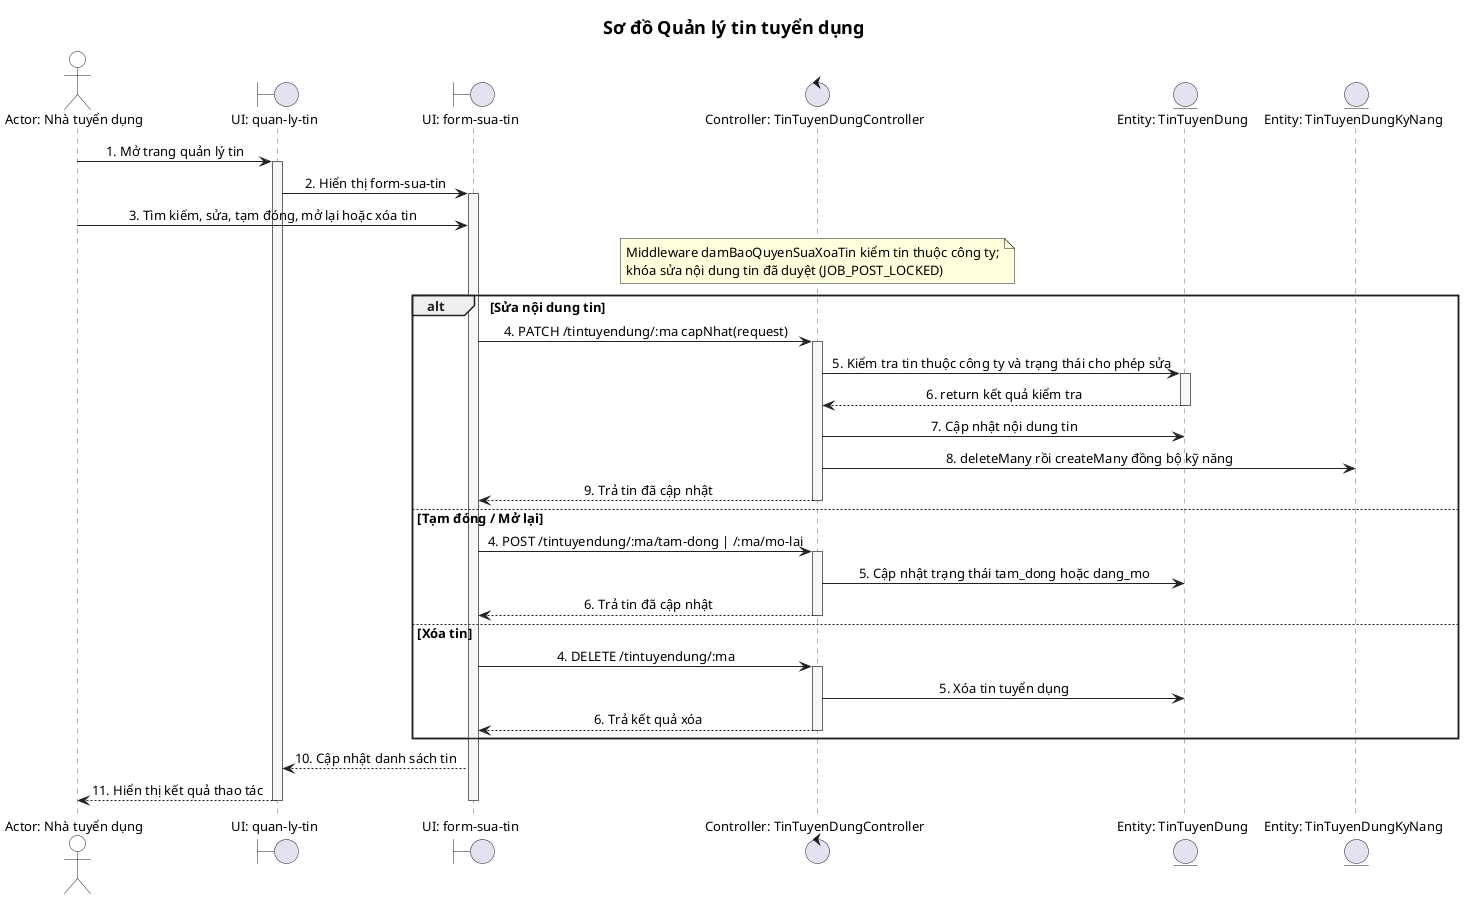
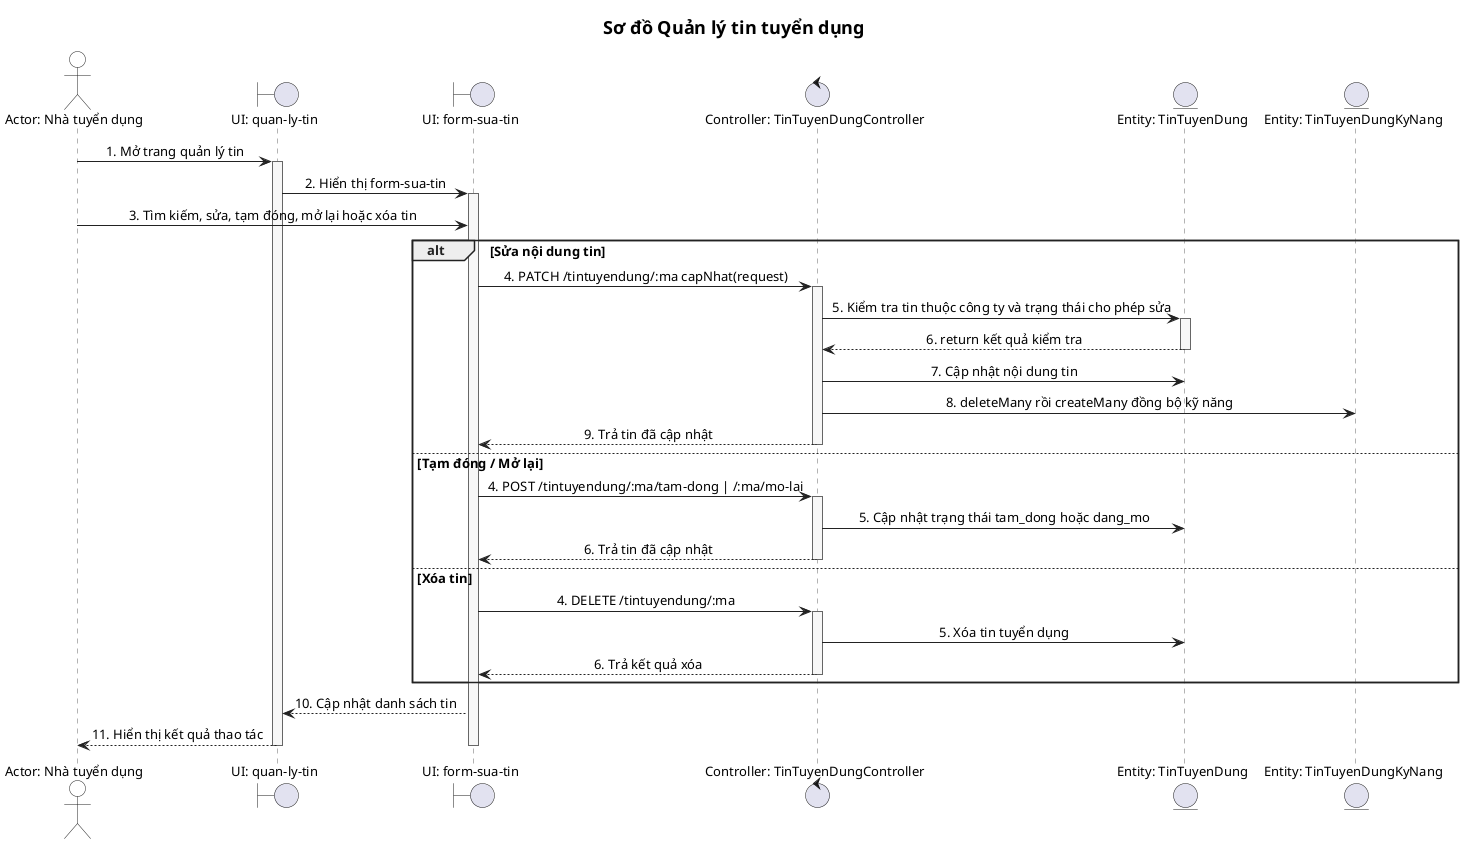
@startuml
skinparam defaultFontName "Segoe UI"
skinparam titleFontName "Segoe UI"
skinparam defaultFontSize 13
skinparam titleFontSize 18
skinparam shadowing false
skinparam linetype ortho
skinparam sequenceMessageAlign center
skinparam sequence {
  ArrowColor #222222
  LifeLineBorderColor #666666
  LifeLineBackgroundColor #F7F7F7
  ParticipantBorderColor #222222
  ParticipantBackgroundColor White
  ActorBorderColor #222222
  ActorBackgroundColor White
  BoxBorderColor #888888
  GroupBorderColor #222222
  GroupHeaderFontColor #222222
}
title Sơ đồ Quản lý tin tuyển dụng

actor "Actor: Nhà tuyển dụng" as Actor
boundary "UI: quan-ly-tin" as UI
boundary "UI: form-sua-tin" as Form
control "Controller: TinTuyenDungController" as Controller
entity "Entity: TinTuyenDung" as MainEntity
entity "Entity: TinTuyenDungKyNang" as TinTuyenDungKyNang

Actor -> UI : 1. Mở trang quản lý tin
activate UI
UI -> Form : 2. Hiển thị form-sua-tin
activate Form
Actor -> Form : 3. Tìm kiếm, sửa, tạm đóng, mở lại hoặc xóa tin
- note over Controller : Middleware damBaoQuyenSuaXoaTin kiểm tin thuộc công ty;\nkhóa sửa nội dung tin đã duyệt (JOB_POST_LOCKED)

alt Sửa nội dung tin
  Form -> Controller : 4. PATCH /tintuyendung/:ma capNhat(request)
  activate Controller
  Controller -> MainEntity : 5. Kiểm tra tin thuộc công ty và trạng thái cho phép sửa
  activate MainEntity
  MainEntity --> Controller : 6. return kết quả kiểm tra
  deactivate MainEntity
  Controller -> MainEntity : 7. Cập nhật nội dung tin
  Controller -> TinTuyenDungKyNang : 8. deleteMany rồi createMany đồng bộ kỹ năng
  Controller --> Form : 9. Trả tin đã cập nhật
  deactivate Controller
else Tạm đóng / Mở lại
  Form -> Controller : 4. POST /tintuyendung/:ma/tam-dong | /:ma/mo-lai
  activate Controller
  Controller -> MainEntity : 5. Cập nhật trạng thái tam_dong hoặc dang_mo
  Controller --> Form : 6. Trả tin đã cập nhật
  deactivate Controller
else Xóa tin
  Form -> Controller : 4. DELETE /tintuyendung/:ma
  activate Controller
  Controller -> MainEntity : 5. Xóa tin tuyển dụng
  Controller --> Form : 6. Trả kết quả xóa
  deactivate Controller
end

Form --> UI : 10. Cập nhật danh sách tin
UI --> Actor : 11. Hiển thị kết quả thao tác
deactivate Form
deactivate UI
@enduml
